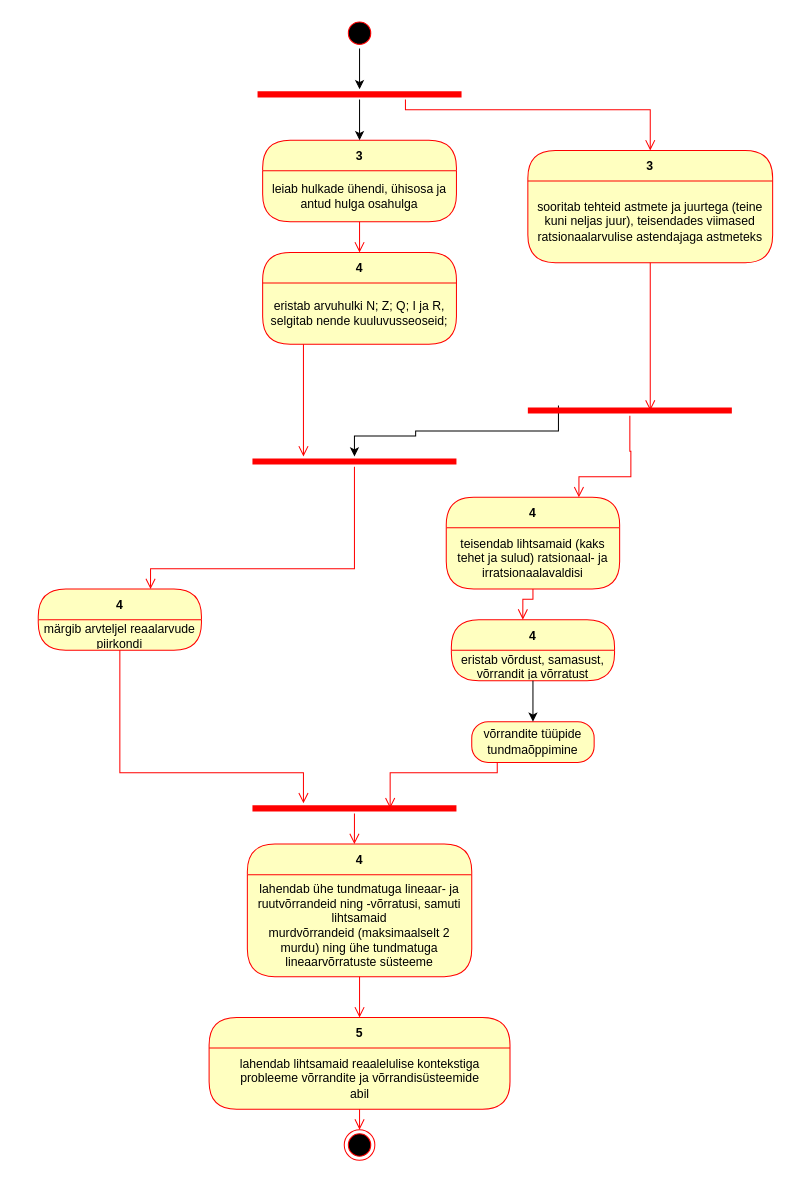
piiskop/matemaatika-kitsas-1 keeps this draw.io diagram as rmd/matemaatika-kitsas-1.drawio. Above is the earlier version. Source tidied: cells renumbered, new cells numbered last; positions are measured from the earlier drawing's top-left corner, leaving out a move shared by most shapes. Both pictures are drawn from the tidied source at 102%, with x=0, y=0 at pixel (38, 17).
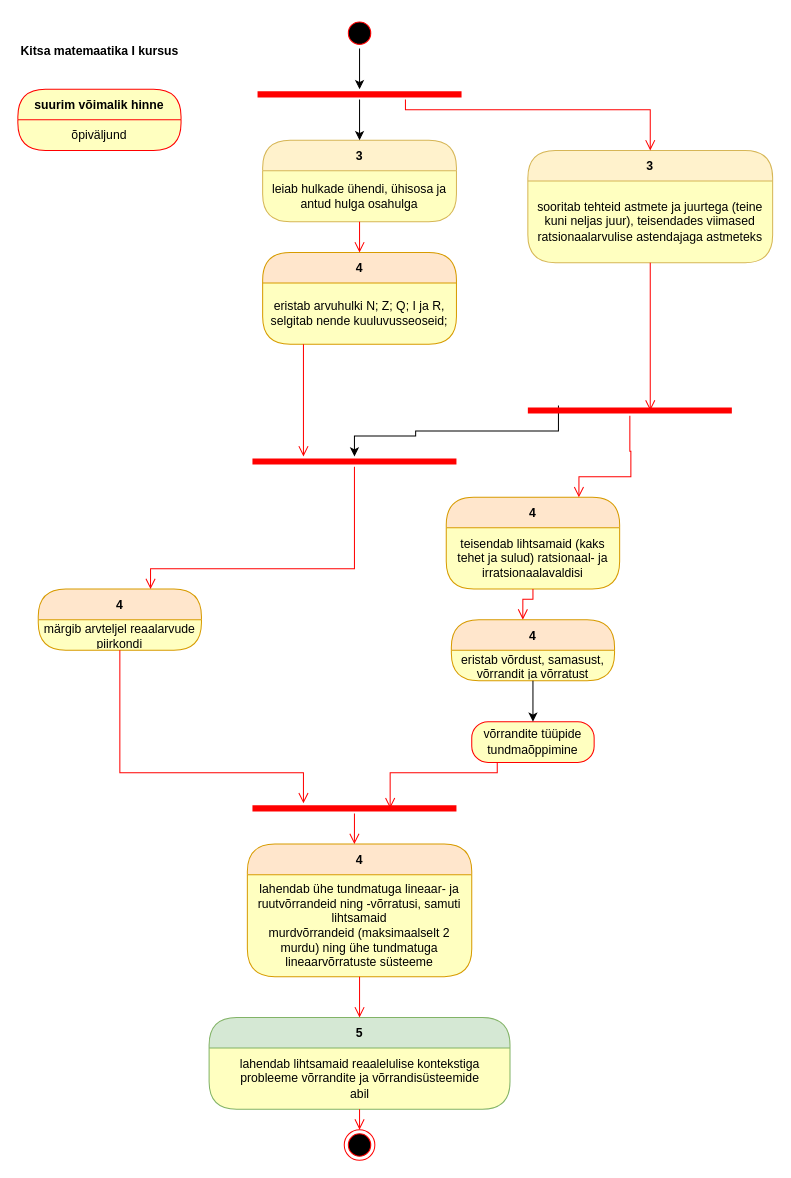
The same diagram, later.

Diff of the diagram source:
```diff
@@
-    <mxCell id="3" value="5" style="swimlane;fontStyle=1;align=center;verticalAlign=middle;horizontal=1;startSize=30;fontColor=#000000;rounded=1;arcSize=30;strokeColor=#ff0000;fillColor=#ffffc0;swimlaneFillColor=#ffffc0;" parent="1" vertex="1">
+    <mxCell id="3" value="5" style="swimlane;fontStyle=1;align=center;verticalAlign=middle;horizontal=1;startSize=30;rounded=1;arcSize=30;strokeColor=#82b366;fillColor=#d5e8d4;swimlaneFillColor=#ffffc0;" parent="1" vertex="1">
       <mxGeometry x="167.5" y="980" width="295" height="90" as="geometry" />
     </mxCell>
@@
-    <mxCell id="6" value="4" style="swimlane;fontStyle=1;align=center;verticalAlign=middle;horizontal=1;startSize=30;fontColor=#000000;rounded=1;arcSize=30;strokeColor=#ff0000;fillColor=#ffffc0;swimlaneFillColor=#ffffc0;" parent="1" vertex="1">
+    <mxCell id="6" value="4" style="swimlane;fontStyle=1;align=center;verticalAlign=middle;horizontal=1;startSize=30;rounded=1;arcSize=30;strokeColor=#d79b00;fillColor=#ffe6cc;swimlaneFillColor=#ffffc0;" parent="1" vertex="1">
       <mxGeometry x="400" y="470" width="170" height="90" as="geometry" />
     </mxCell>
@@
-    <mxCell id="9" value="3" style="swimlane;fontStyle=1;align=center;verticalAlign=middle;horizontal=1;startSize=30;fontColor=#000000;rounded=1;arcSize=30;strokeColor=#ff0000;fillColor=#ffffc0;swimlaneFillColor=#ffffc0;" parent="1" vertex="1">
+    <mxCell id="9" value="3" style="swimlane;fontStyle=1;align=center;verticalAlign=middle;horizontal=1;startSize=30;rounded=1;arcSize=30;strokeColor=#d6b656;fillColor=#fff2cc;swimlaneFillColor=#ffffc0;" parent="1" vertex="1">
       <mxGeometry x="480" y="130" width="240" height="110" as="geometry" />
     </mxCell>
@@
-    <mxCell id="12" value="4" style="swimlane;fontStyle=1;align=center;verticalAlign=middle;horizontal=1;startSize=30;fontColor=#000000;rounded=1;arcSize=30;strokeColor=#ff0000;fillColor=#ffffc0;swimlaneFillColor=#ffffc0;" parent="1" vertex="1">
+    <mxCell id="12" value="4" style="swimlane;fontStyle=1;align=center;verticalAlign=middle;horizontal=1;startSize=30;rounded=1;arcSize=30;strokeColor=#d79b00;fillColor=#ffe6cc;swimlaneFillColor=#ffffc0;" parent="1" vertex="1">
       <mxGeometry x="205" y="810" width="220" height="130" as="geometry" />
     </mxCell>
@@
-    <mxCell id="15" value="4" style="swimlane;fontStyle=1;align=center;verticalAlign=middle;horizontal=1;startSize=30;fontColor=#000000;rounded=1;arcSize=30;strokeColor=#ff0000;fillColor=#ffffc0;swimlaneFillColor=#ffffc0;" parent="1" vertex="1">
+    <mxCell id="15" value="4" style="swimlane;fontStyle=1;align=center;verticalAlign=middle;horizontal=1;startSize=30;rounded=1;arcSize=30;strokeColor=#d79b00;fillColor=#ffe6cc;swimlaneFillColor=#ffffc0;" parent="1" vertex="1">
       <mxGeometry x="405" y="590" width="160" height="60" as="geometry" />
     </mxCell>
@@
-    <mxCell id="17" value="4" style="swimlane;fontStyle=1;align=center;verticalAlign=middle;horizontal=1;startSize=30;fontColor=#000000;rounded=1;arcSize=30;strokeColor=#ff0000;fillColor=#ffffc0;swimlaneFillColor=#ffffc0;" parent="1" vertex="1">
+    <mxCell id="17" value="4" style="swimlane;fontStyle=1;align=center;verticalAlign=middle;horizontal=1;startSize=30;rounded=1;arcSize=30;strokeColor=#d79b00;fillColor=#ffe6cc;swimlaneFillColor=#ffffc0;" parent="1" vertex="1">
       <mxGeometry y="560" width="160" height="60" as="geometry" />
     </mxCell>
@@
-    <mxCell id="20" value="4" style="swimlane;fontStyle=1;align=center;verticalAlign=middle;horizontal=1;startSize=30;fontColor=#000000;rounded=1;arcSize=30;strokeColor=#ff0000;fillColor=#ffffc0;swimlaneFillColor=#ffffc0;" parent="1" vertex="1">
+    <mxCell id="20" value="4" style="swimlane;fontStyle=1;align=center;verticalAlign=middle;horizontal=1;startSize=30;rounded=1;arcSize=30;strokeColor=#d79b00;fillColor=#ffe6cc;swimlaneFillColor=#ffffc0;" parent="1" vertex="1">
       <mxGeometry x="220" y="230" width="190" height="90" as="geometry" />
     </mxCell>
@@
-    <mxCell id="23" value="3" style="swimlane;fontStyle=1;align=center;verticalAlign=middle;horizontal=1;startSize=30;fontColor=#000000;rounded=1;arcSize=30;strokeColor=#ff0000;fillColor=#ffffc0;swimlaneFillColor=#ffffc0;" parent="1" vertex="1">
+    <mxCell id="23" value="3" style="swimlane;fontStyle=1;align=center;verticalAlign=middle;horizontal=1;startSize=30;rounded=1;arcSize=30;strokeColor=#d6b656;fillColor=#fff2cc;swimlaneFillColor=#ffffc0;" parent="1" vertex="1">
       <mxGeometry x="220" y="120" width="190" height="80" as="geometry" />
     </mxCell>
@@
+    <mxCell id="42" value="Kitsa matemaatika I kursus" style="text;align=center;fontStyle=1;verticalAlign=middle;spacingLeft=3;spacingRight=3;strokeColor=none;html=1;" parent="1" vertex="1">
+      <mxGeometry x="20" y="20" width="80" height="26" as="geometry" />
+    </mxCell>
+    <mxCell id="43" value="suurim võimalik hinne" style="swimlane;fontStyle=1;align=center;verticalAlign=middle;horizontal=1;startSize=30;fontColor=#000000;rounded=1;arcSize=30;strokeColor=#ff0000;fillColor=#ffffc0;swimlaneFillColor=#ffffc0;" parent="1" vertex="1">
+      <mxGeometry x="-20" y="70" width="160" height="60" as="geometry" />
+    </mxCell>
+    <mxCell id="44" value="õpiväljund" style="text;html=1;strokeColor=none;fillColor=none;align=center;verticalAlign=middle;spacingLeft=4;spacingRight=4;whiteSpace=wrap;overflow=hidden;fontColor=#000000;" parent="43" vertex="1">
+      <mxGeometry y="30" width="160" height="30" as="geometry" />
+    </mxCell>
```
